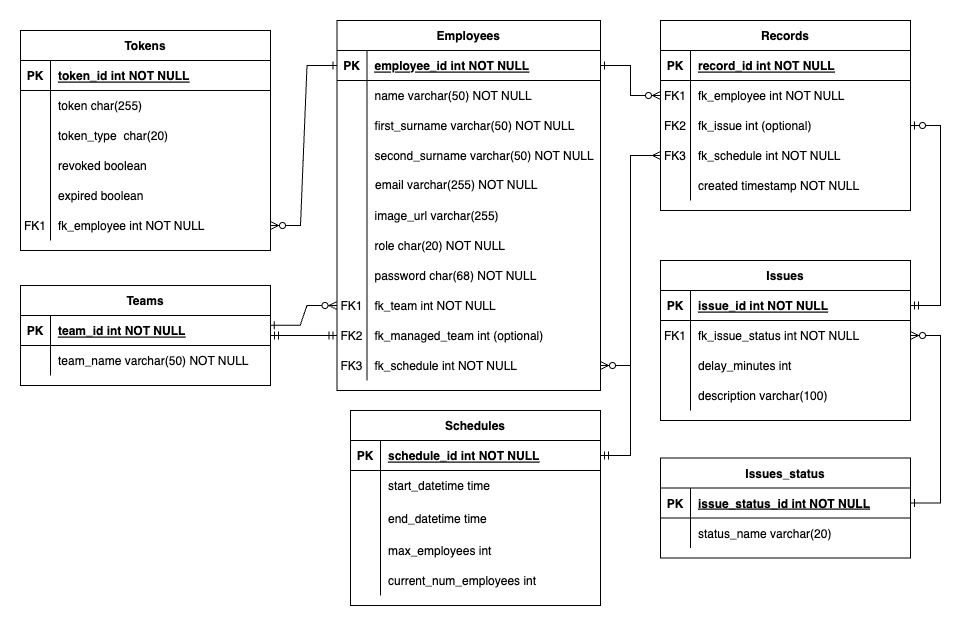
The draw.io diagram images/schedule-whiz-db.png in uma-dev/schedule-whiz, before a commit. Source tidied: cells renumbered, new cells last; positions are measured from the earlier drawing's top-left corner, leaving out a move shared by most shapes.
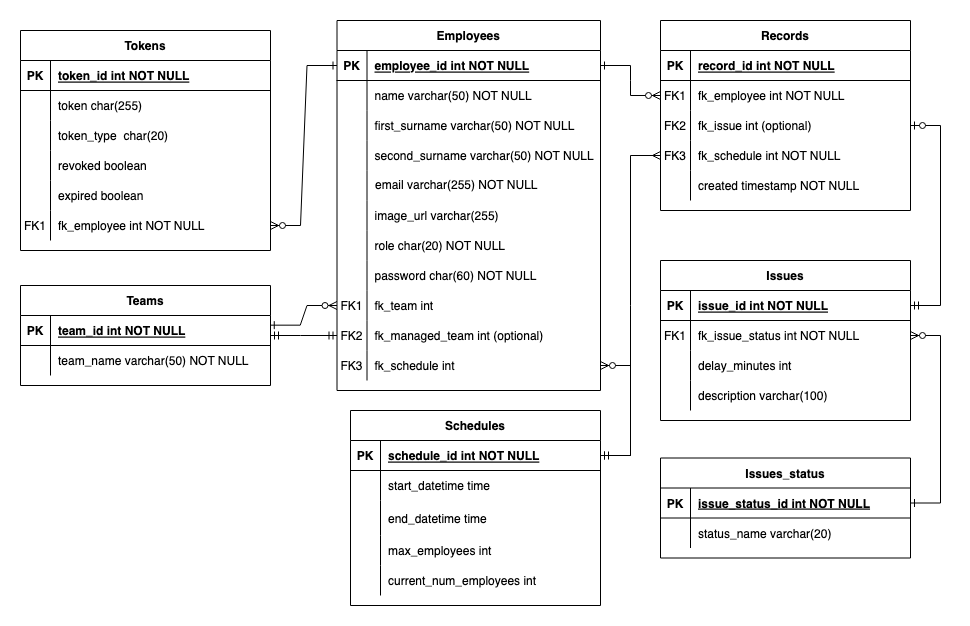
Above is the later version.

Diff of the diagram source:
```diff
@@ -143,7 +143,7 @@
     <mxCell id="48" style="shape=partialRectangle;fillColor=none;top=0;left=0;bottom=0;right=0;overflow=hidden;" parent="47" vertex="1">
       <mxGeometry width="30" height="30" as="geometry" />
     </mxCell>
-    <mxCell id="49" value="password char(68) NOT NULL" style="shape=partialRectangle;fillColor=none;top=0;left=0;bottom=0;right=0;align=left;spacingLeft=6;overflow=hidden;" parent="47" vertex="1">
+    <mxCell id="49" value="password char(60) NOT NULL" style="shape=partialRectangle;fillColor=none;top=0;left=0;bottom=0;right=0;align=left;spacingLeft=6;overflow=hidden;" parent="47" vertex="1">
       <mxGeometry x="30" width="233.5" height="30" as="geometry" />
     </mxCell>
     <mxCell id="50" style="shape=partialRectangle;fillColor=none;points=[[0,0.5],[1,0.5]];portConstraint=eastwest;top=0;left=0;right=0;bottom=0;labelBackgroundColor=none;rounded=0;" parent="25" vertex="1">
@@ -152,7 +152,7 @@
     <mxCell id="51" value="FK1" style="shape=partialRectangle;overflow=hidden;fillColor=none;top=0;left=0;bottom=0;right=0;labelBackgroundColor=none;rounded=0;" parent="50" vertex="1">
       <mxGeometry width="30" height="30" as="geometry" />
     </mxCell>
-    <mxCell id="52" value="fk_team int NOT NULL" style="shape=partialRectangle;overflow=hidden;fillColor=none;top=0;left=0;bottom=0;right=0;align=left;spacingLeft=6;labelBackgroundColor=none;rounded=0;" parent="50" vertex="1">
+    <mxCell id="52" value="fk_team int " style="shape=partialRectangle;overflow=hidden;fillColor=none;top=0;left=0;bottom=0;right=0;align=left;spacingLeft=6;labelBackgroundColor=none;rounded=0;" parent="50" vertex="1">
       <mxGeometry x="30" width="233.5" height="30" as="geometry" />
     </mxCell>
     <mxCell id="53" style="shape=partialRectangle;fillColor=none;points=[[0,0.5],[1,0.5]];portConstraint=eastwest;top=0;left=0;right=0;bottom=0;labelBackgroundColor=none;rounded=0;" parent="25" vertex="1">
@@ -170,7 +170,7 @@
     <mxCell id="57" value="FK3" style="shape=partialRectangle;overflow=hidden;fillColor=none;top=0;left=0;bottom=0;right=0;labelBackgroundColor=none;rounded=0;" parent="56" vertex="1">
       <mxGeometry width="30" height="30" as="geometry" />
     </mxCell>
-    <mxCell id="58" value="fk_schedule int NOT NULL" style="shape=partialRectangle;overflow=hidden;fillColor=none;top=0;left=0;bottom=0;right=0;align=left;spacingLeft=6;labelBackgroundColor=none;rounded=0;" parent="56" vertex="1">
+    <mxCell id="58" value="fk_schedule int " style="shape=partialRectangle;overflow=hidden;fillColor=none;top=0;left=0;bottom=0;right=0;align=left;spacingLeft=6;labelBackgroundColor=none;rounded=0;" parent="56" vertex="1">
       <mxGeometry x="30" width="233.5" height="30" as="geometry" />
     </mxCell>
     <mxCell id="59" value="Schedules" style="shape=table;startSize=30;rowLines=0;fontStyle=1;align=center;labelBackgroundColor=none;rounded=0;" parent="1" vertex="1">
```
